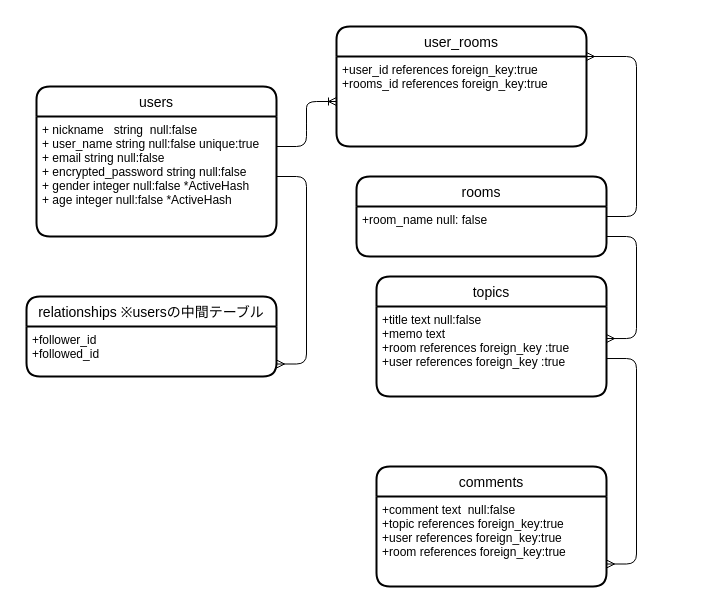
The draw.io diagram ER.dio in sekimosan/shovelu, before the edit. Source tidied: cells renumbered, new cells numbered last; positions are measured from the earlier drawing's top-left corner, leaving out a move shared by most shapes. Both pictures are drawn from the tidied source at 100%, with x=0, y=0 at pixel (26, 26).
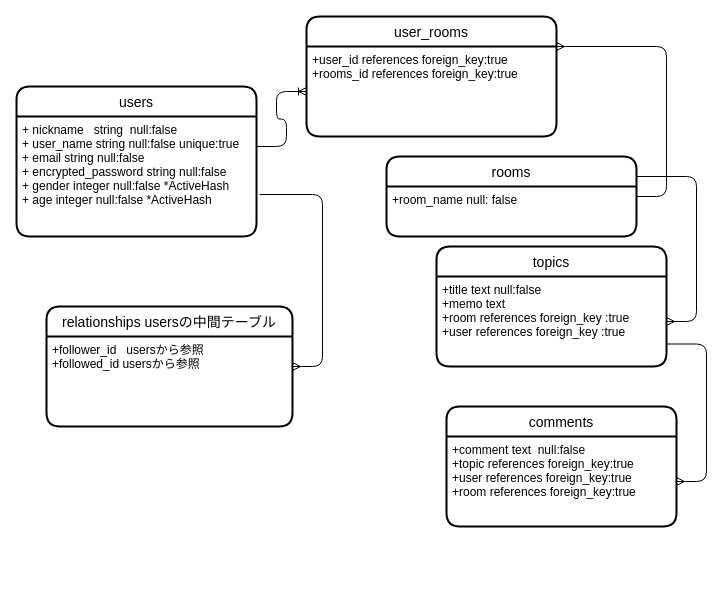
After the change.

The change refers to these unchanged cells:
```xml
<mxCell id="4" value="+ nickname   string  null:false&#10;+ user_name string null:false unique:true&#10;+ email string null:false&#10;+ encrypted_password string null:false&#10;+ gender integer null:false *ActiveHash&#10;+ age integer null:false *ActiveHash&#10;" style="align=left;strokeColor=none;fillColor=none;spacingLeft=4;fontSize=12;verticalAlign=top;" parent="2" vertex="1">
  <mxGeometry y="30" width="240" height="120" as="geometry" />
</mxCell>
<mxCell id="6" value="+title text null:false&#10;+memo text &#10;+room references foreign_key :true&#10;+user references foreign_key :true" style="align=left;strokeColor=none;fillColor=none;spacingLeft=4;fontSize=12;verticalAlign=top;" parent="5" vertex="1">
  <mxGeometry y="30" width="230" height="90" as="geometry" />
</mxCell>
<mxCell id="9" value="+comment text  null:false&#10;+topic references foreign_key:true&#10;+user references foreign_key:true&#10;+room references foreign_key:true" style="align=left;strokeColor=none;fillColor=none;spacingLeft=4;fontSize=12;verticalAlign=top;" parent="8" vertex="1">
  <mxGeometry y="30" width="230" height="90" as="geometry" />
</mxCell>
```

Diff of the diagram source:
```diff
@@
     <mxCell id="2" value="users" style="swimlane;horizontal=1;startSize=30;rounded=1;fontSize=14;fontStyle=0;strokeWidth=2;shadow=0;dashed=0;align=center;" parent="1" vertex="1">
-      <mxGeometry x="10" y="60" width="240" height="150" as="geometry" />
+      <mxGeometry x="-10" y="60" width="240" height="150" as="geometry" />
     </mxCell>
@@
     <mxCell id="5" value="topics" style="swimlane;horizontal=1;startSize=30;rounded=1;fontSize=14;fontStyle=0;strokeWidth=2;shadow=0;dashed=0;align=center;" parent="1" vertex="1">
-      <mxGeometry x="350" y="250" width="230" height="120" as="geometry" />
+      <mxGeometry x="410" y="220" width="230" height="120" as="geometry" />
     </mxCell>
@@
     <mxCell id="8" value="comments" style="swimlane;horizontal=1;startSize=30;rounded=1;fontSize=14;fontStyle=0;strokeWidth=2;shadow=0;dashed=0;align=center;" parent="1" vertex="1">
-      <mxGeometry x="350" y="440" width="230" height="120" as="geometry" />
+      <mxGeometry x="420" y="380" width="230" height="120" as="geometry" />
     </mxCell>
@@
     <mxCell id="10" value="user_rooms" style="swimlane;horizontal=1;startSize=30;rounded=1;fontSize=14;fontStyle=0;strokeWidth=2;shadow=0;dashed=0;align=center;" parent="1" vertex="1">
-      <mxGeometry x="310" width="250" height="120" as="geometry" />
+      <mxGeometry x="280" y="-10" width="250" height="120" as="geometry" />
     </mxCell>
@@
-    <mxCell id="12" style="edgeStyle=entityRelationEdgeStyle;fontSize=12;html=1;endArrow=ERmany;exitX=1;exitY=0.5;exitDx=0;exitDy=0;entryX=1;entryY=0.75;entryDx=0;entryDy=0;" parent="1" edge="1" source="4" target="21">
+    <mxCell id="12" style="edgeStyle=entityRelationEdgeStyle;fontSize=12;html=1;endArrow=ERmany;exitX=1.013;exitY=0.65;exitDx=0;exitDy=0;exitPerimeter=0;" parent="1" edge="1" source="4" target="24">
       <mxGeometry relative="1" as="geometry" />
     </mxCell>
@@
     <mxCell id="15" value="rooms" style="swimlane;horizontal=1;startSize=30;rounded=1;fontSize=14;fontStyle=0;strokeWidth=2;shadow=0;dashed=0;align=center;" parent="1" vertex="1">
-      <mxGeometry x="330" y="150" width="250" height="80" as="geometry" />
+      <mxGeometry x="360" y="130" width="250" height="80" as="geometry" />
     </mxCell>
@@
+    <mxCell id="23" style="edgeStyle=entityRelationEdgeStyle;fontSize=12;html=1;endArrow=ERmany;exitX=1;exitY=0.25;exitDx=0;exitDy=0;" parent="1" edge="1" source="15" target="6">
+      <mxGeometry relative="1" as="geometry" />
+    </mxCell>
+    <mxCell id="19" style="edgeStyle=entityRelationEdgeStyle;fontSize=12;html=1;endArrow=ERmany;exitX=1;exitY=0.75;exitDx=0;exitDy=0;" parent="1" edge="1" source="6" target="9">
+      <mxGeometry relative="1" as="geometry" />
+    </mxCell>
+    <mxCell id="24" value="relationships usersの中間テーブル" style="swimlane;horizontal=1;startSize=30;rounded=1;fontSize=14;fontStyle=0;strokeWidth=2;shadow=0;dashed=0;align=center;" parent="1" vertex="1">
+      <mxGeometry x="20" y="280" width="246" height="120" as="geometry" />
+    </mxCell>
-    <mxCell id="18" style="edgeStyle=entityRelationEdgeStyle;fontSize=12;html=1;endArrow=ERmany;entryX=1;entryY=0.356;entryDx=0;entryDy=0;entryPerimeter=0;" parent="1" edge="1" target="6">
-      <mxGeometry relative="1" as="geometry">
-        <mxPoint x="580" y="210" as="sourcePoint" />
-      </mxGeometry>
+    <mxCell id="18" value="+follower_id   usersから参照&#10;+followed_id usersから参照" style="align=left;strokeColor=none;fillColor=none;spacingLeft=4;fontSize=12;verticalAlign=top;" parent="24" vertex="1">
+      <mxGeometry y="30" width="246" height="90" as="geometry" />
     </mxCell>
-    <mxCell id="19" style="edgeStyle=entityRelationEdgeStyle;fontSize=12;html=1;endArrow=ERmany;exitX=1;exitY=0.578;exitDx=0;exitDy=0;exitPerimeter=0;entryX=1;entryY=0.75;entryDx=0;entryDy=0;" parent="1" edge="1" source="6" target="9">
-      <mxGeometry relative="1" as="geometry" />
-    </mxCell>
-    <mxCell id="20" value="relationships ※usersの中間テーブル" style="swimlane;horizontal=1;startSize=30;rounded=1;fontSize=14;fontStyle=0;strokeWidth=2;shadow=0;dashed=0;align=center;" parent="1" vertex="1">
-      <mxGeometry y="270" width="250" height="80" as="geometry" />
-    </mxCell>
-    <mxCell id="21" value="+follower_id  &#10;+followed_id" style="align=left;strokeColor=none;fillColor=none;spacingLeft=4;fontSize=12;verticalAlign=top;" parent="20" vertex="1">
-      <mxGeometry y="30" width="250" height="50" as="geometry" />
-    </mxCell>
-    <mxCell id="22" style="edgeStyle=orthogonalEdgeStyle;rounded=0;orthogonalLoop=1;jettySize=auto;html=1;exitX=0.5;exitY=1;exitDx=0;exitDy=0;" parent="20" edge="1" source="21" target="21">
-      <mxGeometry relative="1" as="geometry" />
-    </mxCell>
```
